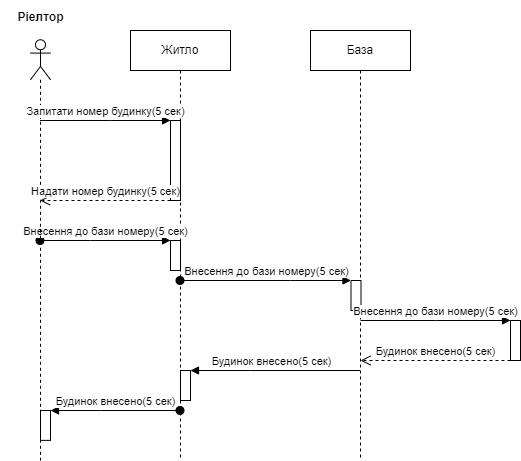
This is cse/cse4.drawio (2).png from Bobrik191/Univer, a draw.io export, as it was before one commit. Source tidied: cells renumbered, new cells last; positions are measured from the earlier drawing's top-left corner, leaving out a move shared by most shapes.
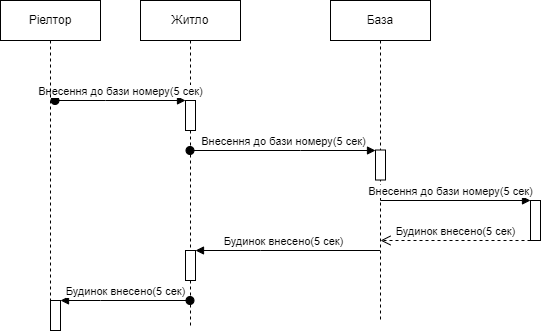
After the change.

Diff of the diagram source:
```diff
@@ -3,43 +3,29 @@
     <mxCell id="0" />
     <mxCell id="1" parent="0" />
     <mxCell id="2" value="Житло" style="shape=umlLifeline;perimeter=lifelinePerimeter;whiteSpace=wrap;html=1;outlineConnect=0;portConstraint=eastwest;newEdgeStyle={&quot;edgeStyle&quot;:&quot;elbowEdgeStyle&quot;,&quot;elbow&quot;:&quot;vertical&quot;,&quot;curved&quot;:0,&quot;rounded&quot;:0};" parent="1" vertex="1">
-      <mxGeometry x="130" y="30" width="100" height="430" as="geometry" />
+      <mxGeometry x="130" y="130" width="100" height="325" as="geometry" />
     </mxCell>
-    <mxCell id="3" style="html=1;points=[];perimeter=orthogonalPerimeter;outlineConnect=0;targetShapes=umlLifeline;portConstraint=eastwest;newEdgeStyle={&quot;edgeStyle&quot;:&quot;elbowEdgeStyle&quot;,&quot;elbow&quot;:&quot;vertical&quot;,&quot;curved&quot;:0,&quot;rounded&quot;:0};" parent="2" vertex="1">
-      <mxGeometry x="40" y="90" width="10" height="80" as="geometry" />
-    </mxCell>
     <mxCell id="4" style="html=1;perimeter=orthogonalPerimeter;targetShapes=umlLifeline;newEdgeStyle={&quot;edgeStyle&quot;:&quot;elbowEdgeStyle&quot;,&quot;elbow&quot;:&quot;vertical&quot;,&quot;curved&quot;:0,&quot;rounded&quot;:0};" parent="2" vertex="1">
-      <mxGeometry x="40" y="210" width="10" height="30" as="geometry" />
+      <mxGeometry x="45" y="100" width="10" height="30" as="geometry" />
     </mxCell>
-    <mxCell id="5" value="Внесення до бази номеру(5 сек)" style="html=1;verticalAlign=bottom;startArrow=oval;endArrow=block;startSize=8;edgeStyle=elbowEdgeStyle;elbow=vertical;curved=0;rounded=0;" parent="2" edge="1" source="10">
+    <mxCell id="5" value="Внесення до бази номеру(5 сек)" style="html=1;verticalAlign=bottom;startArrow=oval;endArrow=block;startSize=8;edgeStyle=elbowEdgeStyle;elbow=vertical;curved=0;rounded=0;" parent="2" edge="1">
       <mxGeometry relative="1" as="geometry">
-        <mxPoint x="40" y="210" as="targetPoint" />
+        <mxPoint x="-85.5" y="100" as="sourcePoint" />
+        <mxPoint x="45" y="100" as="targetPoint" />
         <Array as="points">
-          <mxPoint x="-40" y="210" />
+          <mxPoint x="-35" y="100" />
         </Array>
       </mxGeometry>
     </mxCell>
     <mxCell id="6" style="html=1;points=[];perimeter=orthogonalPerimeter;outlineConnect=0;targetShapes=umlLifeline;portConstraint=eastwest;newEdgeStyle={&quot;edgeStyle&quot;:&quot;elbowEdgeStyle&quot;,&quot;elbow&quot;:&quot;vertical&quot;,&quot;curved&quot;:0,&quot;rounded&quot;:0};" parent="2" vertex="1">
-      <mxGeometry x="50" y="340" width="10" height="30" as="geometry" />
+      <mxGeometry x="45" y="250" width="10" height="30" as="geometry" />
     </mxCell>
     <mxCell id="7" value="База" style="shape=umlLifeline;perimeter=lifelinePerimeter;whiteSpace=wrap;html=1;outlineConnect=0;portConstraint=eastwest;newEdgeStyle={&quot;edgeStyle&quot;:&quot;elbowEdgeStyle&quot;,&quot;elbow&quot;:&quot;vertical&quot;,&quot;curved&quot;:0,&quot;rounded&quot;:0};" parent="1" vertex="1">
-      <mxGeometry x="310" y="30" width="100" height="430" as="geometry" />
+      <mxGeometry x="320" y="130" width="100" height="320" as="geometry" />
     </mxCell>
     <mxCell id="8" style="html=1;points=[];perimeter=orthogonalPerimeter;outlineConnect=0;targetShapes=umlLifeline;portConstraint=eastwest;newEdgeStyle={&quot;edgeStyle&quot;:&quot;elbowEdgeStyle&quot;,&quot;elbow&quot;:&quot;vertical&quot;,&quot;curved&quot;:0,&quot;rounded&quot;:0};" parent="7" vertex="1">
-      <mxGeometry x="40.5" y="250" width="10" height="30" as="geometry" />
+      <mxGeometry x="45" y="149.5" width="10" height="30" as="geometry" />
     </mxCell>
-    <mxCell id="9" style="group;" parent="1" vertex="1">
-      <mxGeometry width="80" height="460" as="geometry" />
-    </mxCell>
-    <mxCell id="10" style="shape=umlLifeline;perimeter=lifelinePerimeter;whiteSpace=wrap;html=1;outlineConnect=0;portConstraint=eastwest;newEdgeStyle={&quot;edgeStyle&quot;:&quot;elbowEdgeStyle&quot;,&quot;elbow&quot;:&quot;vertical&quot;,&quot;curved&quot;:0,&quot;rounded&quot;:0};participant=umlActor;" parent="9" vertex="1">
-      <mxGeometry x="30" y="39.3" width="20" height="420.7" as="geometry" />
-    </mxCell>
-    <mxCell id="11" style="html=1;points=[];perimeter=orthogonalPerimeter;outlineConnect=0;targetShapes=umlLifeline;portConstraint=eastwest;newEdgeStyle={&quot;edgeStyle&quot;:&quot;elbowEdgeStyle&quot;,&quot;elbow&quot;:&quot;vertical&quot;,&quot;curved&quot;:0,&quot;rounded&quot;:0};" parent="10" vertex="1">
-      <mxGeometry x="10" y="370.7" width="10" height="29.9" as="geometry" />
-    </mxCell>
-    <mxCell id="12" value="Ріелтор" style="text;align=center;fontStyle=1;verticalAlign=middle;spacingLeft=3;spacingRight=3;strokeColor=none;html=1;" parent="9" vertex="1">
-      <mxGeometry width="80" height="34" as="geometry" />
-    </mxCell>
     <mxCell id="13" value="Внесення до бази номеру(5 сек)" style="html=1;verticalAlign=bottom;startArrow=oval;endArrow=block;startSize=8;edgeStyle=elbowEdgeStyle;elbow=vertical;curved=0;rounded=0;" parent="1" edge="1" source="2" target="8">
       <mxGeometry relative="1" as="geometry">
         <Array as="points">
@@ -48,49 +34,48 @@
       </mxGeometry>
     </mxCell>
     <mxCell id="14" style="html=1;points=[];perimeter=orthogonalPerimeter;outlineConnect=0;targetShapes=umlLifeline;portConstraint=eastwest;newEdgeStyle={&quot;edgeStyle&quot;:&quot;elbowEdgeStyle&quot;,&quot;elbow&quot;:&quot;vertical&quot;,&quot;curved&quot;:0,&quot;rounded&quot;:0};" parent="1" vertex="1">
-      <mxGeometry x="510" y="320" width="10" height="40" as="geometry" />
+      <mxGeometry x="520" y="330" width="10" height="40" as="geometry" />
     </mxCell>
     <mxCell id="15" value="Внесення до бази номеру(5 сек)" style="html=1;verticalAlign=bottom;endArrow=block;edgeStyle=elbowEdgeStyle;elbow=vertical;curved=0;rounded=0;" parent="1" edge="1" target="14">
       <mxGeometry relative="1" as="geometry">
-        <mxPoint x="360" y="320" as="sourcePoint" />
+        <mxPoint x="370" y="320" as="sourcePoint" />
+        <Array as="points">
+          <mxPoint x="430" y="330" />
+        </Array>
       </mxGeometry>
     </mxCell>
     <mxCell id="16" value="Будинок внесено(5 сек)" style="html=1;verticalAlign=bottom;endArrow=open;dashed=1;endSize=8;edgeStyle=elbowEdgeStyle;elbow=vertical;curved=0;rounded=0;" parent="1" edge="1" source="14">
       <mxGeometry relative="1" as="geometry">
-        <mxPoint x="360" y="360" as="targetPoint" />
+        <mxPoint x="370" y="370" as="targetPoint" />
         <Array as="points">
-          <mxPoint x="460" y="360" />
-          <mxPoint x="400" y="350" />
+          <mxPoint x="460" y="370" />
+          <mxPoint x="410" y="350" />
         </Array>
       </mxGeometry>
     </mxCell>
-    <mxCell id="17" value="Запитати номер будинку(5 сек)" style="html=1;verticalAlign=bottom;endArrow=block;edgeStyle=elbowEdgeStyle;elbow=vertical;curved=0;rounded=0;" parent="1" edge="1" source="10" target="3">
-      <mxGeometry relative="1" as="geometry">
-        <Array as="points">
-          <mxPoint x="110" y="120" />
-        </Array>
-      </mxGeometry>
-    </mxCell>
-    <mxCell id="18" value="Надати номер будинку(5 сек)" style="html=1;verticalAlign=bottom;endArrow=open;dashed=1;endSize=8;edgeStyle=elbowEdgeStyle;elbow=vertical;curved=0;rounded=0;" parent="1" edge="1" source="3" target="10">
-      <mxGeometry relative="1" as="geometry">
-        <Array as="points">
-          <mxPoint x="110" y="200" />
-        </Array>
-      </mxGeometry>
-    </mxCell>
     <mxCell id="19" value="Будинок внесено(5 сек)" style="html=1;verticalAlign=bottom;endArrow=block;edgeStyle=elbowEdgeStyle;elbow=vertical;curved=0;rounded=0;" parent="1" edge="1" source="7" target="6">
       <mxGeometry x="0.06" relative="1" as="geometry">
         <Array as="points">
+          <mxPoint x="250" y="380" />
           <mxPoint x="250" y="370" />
         </Array>
       </mxGeometry>
     </mxCell>
-    <mxCell id="20" value="Будинок внесено(5 сек)" style="html=1;verticalAlign=bottom;startArrow=oval;endArrow=block;startSize=8;edgeStyle=elbowEdgeStyle;elbow=vertical;curved=0;rounded=0;" parent="1" edge="1" source="2" target="11">
+    <mxCell id="20" value="Будинок внесено(5 сек)" style="html=1;verticalAlign=bottom;startArrow=oval;endArrow=block;startSize=8;edgeStyle=elbowEdgeStyle;elbow=vertical;curved=0;rounded=0;" parent="1" edge="1" source="2">
       <mxGeometry relative="1" as="geometry">
+        <mxPoint x="50" y="430" as="targetPoint" />
         <Array as="points">
+          <mxPoint x="90" y="430" />
+          <mxPoint x="90" y="420" />
           <mxPoint x="100" y="410" />
         </Array>
       </mxGeometry>
     </mxCell>
+    <mxCell id="12" value="Ріелтор" style="shape=umlLifeline;perimeter=lifelinePerimeter;whiteSpace=wrap;html=1;newEdgeStyle={&quot;edgeStyle&quot;:&quot;elbowEdgeStyle&quot;,&quot;elbow&quot;:&quot;vertical&quot;,&quot;curved&quot;:0,&quot;rounded&quot;:0};" parent="1" vertex="1">
+      <mxGeometry x="-10" y="130" width="100" height="330" as="geometry" />
+    </mxCell>
+    <mxCell id="21" style="html=1;perimeter=orthogonalPerimeter;targetShapes=umlLifeline;newEdgeStyle={&quot;edgeStyle&quot;:&quot;elbowEdgeStyle&quot;,&quot;elbow&quot;:&quot;vertical&quot;,&quot;curved&quot;:0,&quot;rounded&quot;:0};" parent="12" vertex="1">
+      <mxGeometry x="50" y="300" width="10" height="30" as="geometry" />
+    </mxCell>
   </root>
 </mxGraphModel>
```
